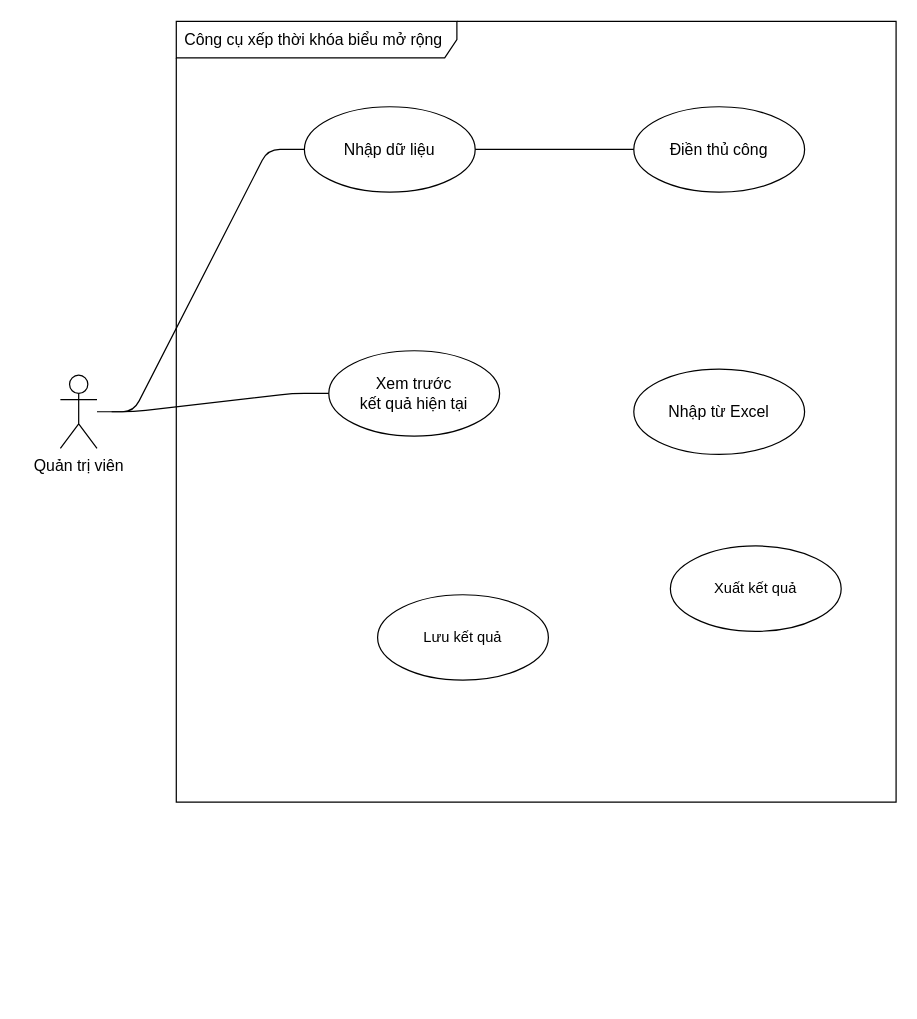
This is page "UseCase" (4 of 6) of draw.drawio from lehongduc200115/unitime-do-an, a draw.io file, before an edit. Source tidied: cells renumbered, new cells numbered last; positions are measured from the earlier drawing's top-left corner, leaving out a move shared by most shapes. Both pictures are drawn from the tidied source at 122%, with x=0, y=0 at pixel (60, 21).
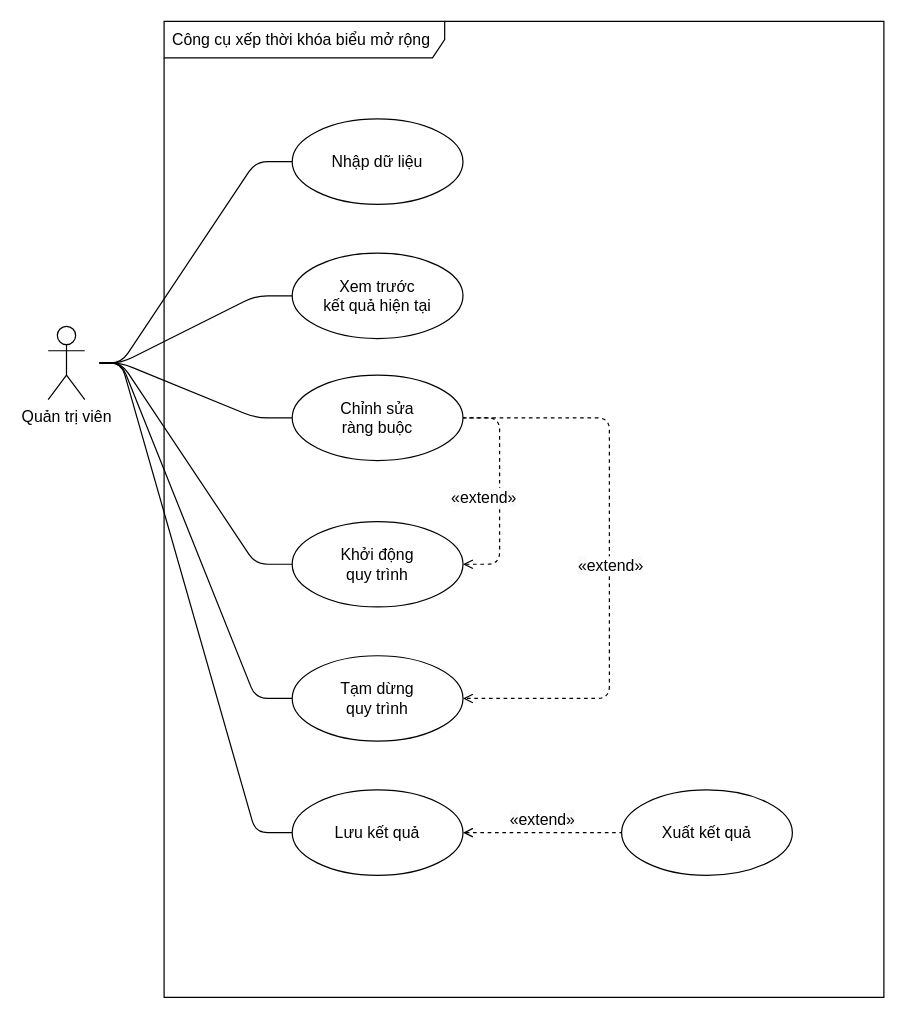
The same page after the edit.

What changed in the source:
```diff
@@
     <mxCell id="2" value="Công cụ xếp thời khóa biểu mở rộng" style="shape=umlFrame;whiteSpace=wrap;html=1;width=230;height=30;boundedLbl=1;verticalAlign=middle;align=left;spacingLeft=5;fontSize=13;" parent="1" vertex="1">
-      <mxGeometry x="95" width="590" height="640" as="geometry" />
+      <mxGeometry x="85" width="590" height="800" as="geometry" />
     </mxCell>
-    <mxCell id="3" style="edgeStyle=entityRelationEdgeStyle;html=1;endArrow=none;endFill=0;elbow=vertical;sourcePerimeterSpacing=12;" parent="1" edge="1" source="4" target="5">
+    <mxCell id="3" style="edgeStyle=entityRelationEdgeStyle;html=1;endArrow=none;endFill=0;elbow=vertical;sourcePerimeterSpacing=12;fontSize=13;" parent="1" edge="1" source="4" target="5">
       <mxGeometry relative="1" as="geometry" />
     </mxCell>
+    <mxCell id="13" style="edgeStyle=entityRelationEdgeStyle;html=1;endArrow=none;endFill=0;sourcePerimeterSpacing=12;fontSize=13;" parent="1" edge="1" source="4" target="9">
+      <mxGeometry relative="1" as="geometry" />
+    </mxCell>
+    <mxCell id="14" style="edgeStyle=entityRelationEdgeStyle;html=1;fontSize=13;startArrow=none;startFill=0;endArrow=none;endFill=0;sourcePerimeterSpacing=12;" parent="1" edge="1" source="4" target="20">
+      <mxGeometry relative="1" as="geometry" />
+    </mxCell>
+    <mxCell id="15" style="edgeStyle=entityRelationEdgeStyle;html=1;fontSize=13;startArrow=none;startFill=0;endArrow=none;endFill=0;sourcePerimeterSpacing=12;" parent="1" edge="1" source="4" target="23">
+      <mxGeometry relative="1" as="geometry" />
+    </mxCell>
+    <mxCell id="16" style="edgeStyle=entityRelationEdgeStyle;html=1;fontSize=13;startArrow=none;startFill=0;endArrow=none;endFill=0;sourcePerimeterSpacing=12;" parent="1" edge="1" source="4" target="24">
+      <mxGeometry relative="1" as="geometry" />
+    </mxCell>
     <mxCell id="4" value="Quản trị viên" style="shape=umlActor;verticalLabelPosition=bottom;verticalAlign=top;html=1;outlineConnect=0;fontSize=13;" parent="1" vertex="1">
-      <mxGeometry y="290" width="30" height="60" as="geometry" />
+      <mxGeometry x="-10" y="250" width="30" height="60" as="geometry" />
     </mxCell>
     <mxCell id="5" value="Nhập dữ liệu" style="ellipse;whiteSpace=wrap;html=1;fontSize=13;" parent="1" vertex="1">
-      <mxGeometry x="200" y="70" width="140" height="70" as="geometry" />
+      <mxGeometry x="190" y="80" width="140" height="70" as="geometry" />
     </mxCell>
-    <mxCell id="6" value="Điền thủ công" style="ellipse;whiteSpace=wrap;html=1;fontSize=13;" parent="1" vertex="1">
-      <mxGeometry x="470" y="70" width="140" height="70" as="geometry" />
-    </mxCell>
-    <mxCell id="7" value="Nhập từ Excel" style="ellipse;whiteSpace=wrap;html=1;fontSize=13;" parent="1" vertex="1">
-      <mxGeometry x="470" y="285" width="140" height="70" as="geometry" />
-    </mxCell>
-    <mxCell id="8" value="&lt;span style=&quot;font-size: 13px&quot;&gt;Xem trước&lt;br&gt;kết quả hiện tại&lt;/span&gt;" style="ellipse;whiteSpace=wrap;html=1;" parent="1" vertex="1">
-      <mxGeometry x="220" y="270" width="140" height="70" as="geometry" />
+    <mxCell id="8" value="&lt;span style=&quot;font-size: 13px&quot;&gt;Xem trước&lt;br style=&quot;font-size: 13px;&quot;&gt;kết quả hiện tại&lt;/span&gt;" style="ellipse;whiteSpace=wrap;html=1;fontSize=13;" parent="1" vertex="1">
+      <mxGeometry x="190" y="190" width="140" height="70" as="geometry" />
     </mxCell>
+    <mxCell id="17" value="&lt;span style=&quot;background-color: rgb(248 , 249 , 250)&quot;&gt;«&lt;/span&gt;extend&lt;span style=&quot;background-color: rgb(248 , 249 , 250)&quot;&gt;»&lt;/span&gt;" style="edgeStyle=entityRelationEdgeStyle;html=1;fontSize=13;endArrow=none;endFill=0;sourcePerimeterSpacing=0;dashed=1;startArrow=open;startFill=0;" parent="1" edge="1" source="9" target="10">
+      <mxGeometry y="11" relative="1" as="geometry" />
+    </mxCell>
-    <mxCell id="9" value="Lưu kết quả" style="ellipse;whiteSpace=wrap;html=1;" parent="1" vertex="1">
-      <mxGeometry x="260" y="470" width="140" height="70" as="geometry" />
+    <mxCell id="9" value="Lưu kết quả" style="ellipse;whiteSpace=wrap;html=1;fontSize=13;" parent="1" vertex="1">
+      <mxGeometry x="190" y="630" width="140" height="70" as="geometry" />
     </mxCell>
-    <mxCell id="10" value="Xuất kết quả" style="ellipse;whiteSpace=wrap;html=1;" parent="1" vertex="1">
-      <mxGeometry x="500" y="430" width="140" height="70" as="geometry" />
+    <mxCell id="10" value="Xuất kết quả" style="ellipse;whiteSpace=wrap;html=1;fontSize=13;" parent="1" vertex="1">
+      <mxGeometry x="460" y="630" width="140" height="70" as="geometry" />
     </mxCell>
-    <mxCell id="11" style="edgeStyle=entityRelationEdgeStyle;html=1;endArrow=none;endFill=0;" parent="1" edge="1" source="4" target="8">
+    <mxCell id="11" style="edgeStyle=entityRelationEdgeStyle;html=1;endArrow=none;endFill=0;sourcePerimeterSpacing=12;fontSize=13;" parent="1" edge="1" source="4" target="8">
       <mxGeometry relative="1" as="geometry" />
     </mxCell>
-    <mxCell id="12" style="edgeStyle=entityRelationEdgeStyle;html=1;entryX=0;entryY=0.5;entryDx=0;entryDy=0;endArrow=none;endFill=0;" parent="1" edge="1" source="5" target="6">
-      <mxGeometry relative="1" as="geometry" />
-    </mxCell>
+    <mxCell id="18" style="edgeStyle=orthogonalEdgeStyle;html=1;fontSize=13;startArrow=none;startFill=0;endArrow=open;endFill=0;sourcePerimeterSpacing=0;dashed=1;" parent="1" edge="1" source="20" target="24">
+      <mxGeometry relative="1" as="geometry">
+        <Array as="points">
+          <mxPoint x="450" y="325" />
+          <mxPoint x="450" y="555" />
+        </Array>
+      </mxGeometry>
+    </mxCell>
+    <mxCell id="19" value="&lt;span style=&quot;background-color: rgb(248 , 249 , 250)&quot;&gt;«&lt;/span&gt;extend&lt;span style=&quot;background-color: rgb(248 , 249 , 250)&quot;&gt;»&lt;/span&gt;" style="edgeLabel;html=1;align=center;verticalAlign=middle;fontSize=13;" parent="18" vertex="1">
+      <mxGeometry x="0.23" y="1" relative="1" as="geometry">
+        <mxPoint x="-1" y="-49" as="offset" />
+      </mxGeometry>
+    </mxCell>
+    <mxCell id="20" value="Chỉnh sửa&lt;br&gt;ràng buộc" style="ellipse;whiteSpace=wrap;html=1;fontSize=13;" parent="1" vertex="1">
+      <mxGeometry x="190" y="290" width="140" height="70" as="geometry" />
+    </mxCell>
+    <mxCell id="21" style="edgeStyle=entityRelationEdgeStyle;html=1;fontSize=13;startArrow=open;startFill=0;endArrow=none;endFill=0;sourcePerimeterSpacing=0;dashed=1;" parent="1" edge="1" source="23" target="20">
+      <mxGeometry relative="1" as="geometry" />
+    </mxCell>
+    <mxCell id="22" value="&lt;span style=&quot;background-color: rgb(248 , 249 , 250)&quot;&gt;«&lt;/span&gt;extend&lt;span style=&quot;background-color: rgb(248 , 249 , 250)&quot;&gt;»&lt;/span&gt;" style="edgeLabel;html=1;align=center;verticalAlign=middle;fontSize=13;" parent="21" vertex="1">
+      <mxGeometry x="0.04" y="1" relative="1" as="geometry">
+        <mxPoint x="-13" y="8" as="offset" />
+      </mxGeometry>
+    </mxCell>
+    <mxCell id="23" value="Khởi động&lt;br&gt;quy trình" style="ellipse;whiteSpace=wrap;html=1;fontSize=13;" parent="1" vertex="1">
+      <mxGeometry x="190" y="410" width="140" height="70" as="geometry" />
+    </mxCell>
+    <mxCell id="24" value="Tạm dừng&lt;br&gt;quy trình" style="ellipse;whiteSpace=wrap;html=1;fontSize=13;" parent="1" vertex="1">
+      <mxGeometry x="190" y="520" width="140" height="70" as="geometry" />
+    </mxCell>
```
